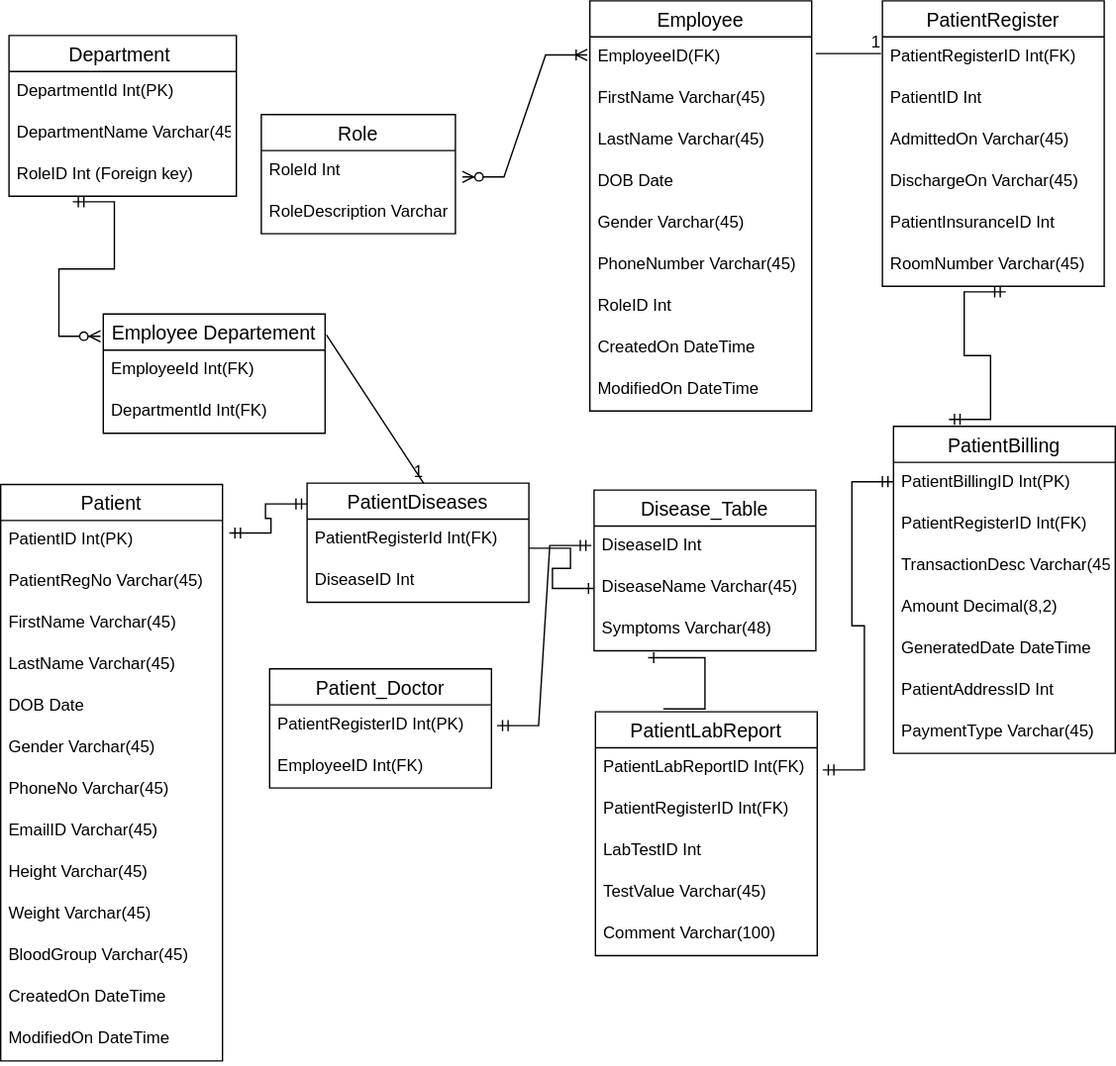
Earlier version of the draw.io export Hospital Management System/Hospital Management System.drawio.svg (Mahima-01/Training-Repository). Source tidied: cells renumbered, new cells last; positions are measured from the earlier drawing's top-left corner, leaving out a move shared by most shapes.
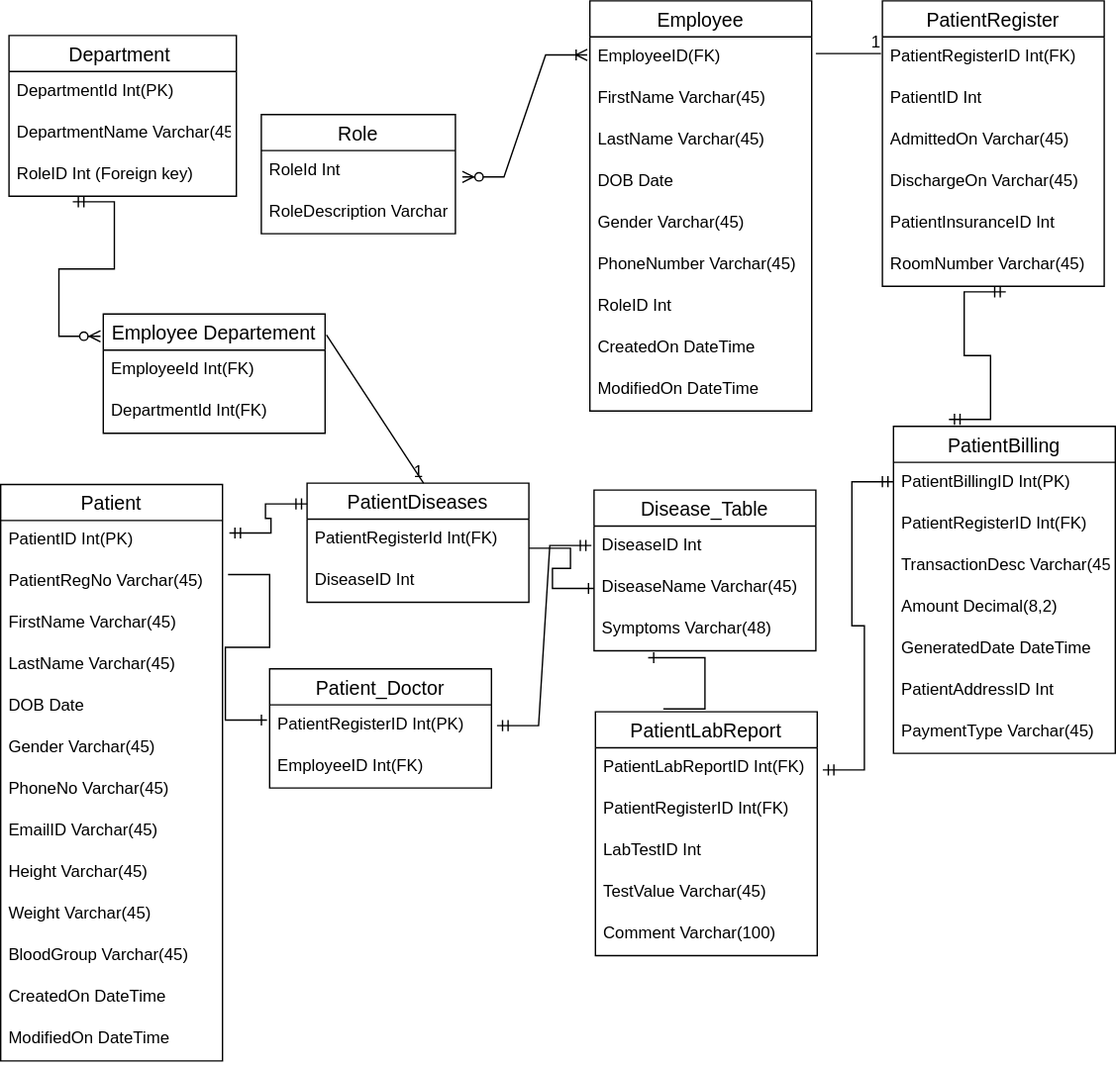
Above is the later version.

Commit message:
Established Relationships Between Tables

The edit, as a diff of the source:
```diff
@@ -250,5 +250,8 @@
     <mxCell id="78" value="1" style="html=1;align=right;verticalAlign=bottom;" parent="77" vertex="1">
       <mxGeometry x="1" relative="1" as="geometry" />
     </mxCell>
+    <mxCell id="79" style="edgeStyle=entityRelationEdgeStyle;fontSize=12;html=1;endArrow=ERone;endFill=1;rounded=0;exitX=1.025;exitY=0.3;exitDx=0;exitDy=0;exitPerimeter=0;entryX=-0.012;entryY=0.367;entryDx=0;entryDy=0;entryPerimeter=0;" parent="1" edge="1" source="51" target="64">
+      <mxGeometry relative="1" as="geometry" />
+    </mxCell>
   </root>
 </mxGraphModel>
```
